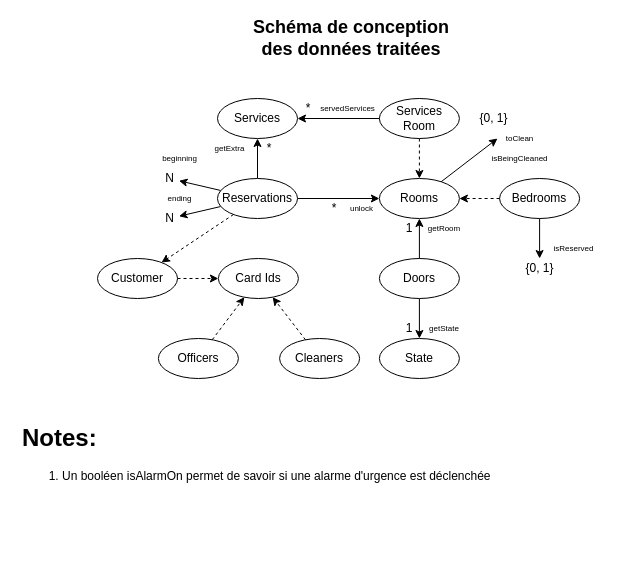
Earlier version of the draw.io diagram doc/conception/data.drawio (Reynault/MOSOS-Subject-3). Source tidied: cells renumbered, new cells numbered last; positions are measured from the earlier drawing's top-left corner, leaving out a move shared by most shapes. Both pictures are drawn from the tidied source at 100%, with x=0, y=0 at pixel (17, 28).
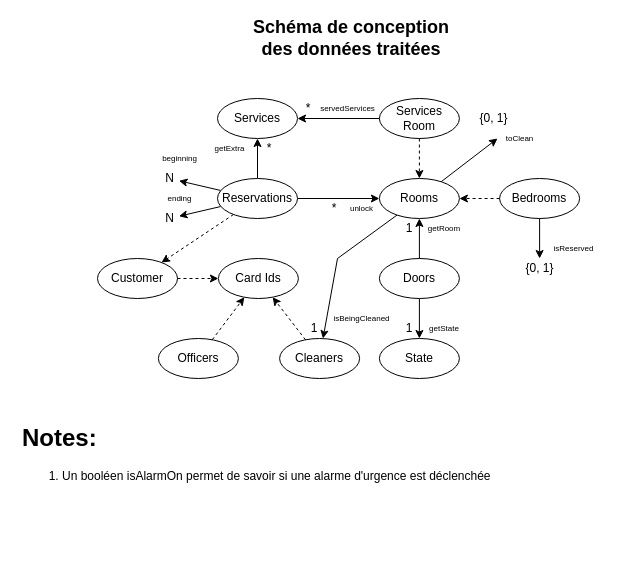
The same diagram, later.

Unchanged cells that the change refers to:
```xml
<mxCell id="6" value="Cleaners" style="ellipse;whiteSpace=wrap;html=1;" parent="1" vertex="1">
  <mxGeometry x="262.1" y="310" width="80" height="40" as="geometry" />
</mxCell>
<mxCell id="9" value="&lt;span style=&quot;text-align: left&quot;&gt;Rooms&lt;/span&gt;" style="ellipse;whiteSpace=wrap;html=1;" parent="1" vertex="1">
  <mxGeometry x="361.9" y="150" width="80" height="40" as="geometry" />
</mxCell>
```

The edit, as a diff of the source:
```diff
@@
     <mxCell id="47" value="isBeingCleaned" style="text;html=1;align=center;verticalAlign=middle;fontSize=8;" parent="1" vertex="1">
-      <mxGeometry x="467.1" y="120" width="70" height="20" as="geometry" />
+      <mxGeometry x="309.4" y="280" width="70" height="20" as="geometry" />
     </mxCell>
@@
+    <mxCell id="50" style="rounded=0;jettySize=auto;html=1;" parent="1" edge="1" source="9" target="6">
+      <mxGeometry relative="1" as="geometry">
+        <Array as="points">
+          <mxPoint x="320" y="230" />
+        </Array>
+      </mxGeometry>
+    </mxCell>
+    <mxCell id="51" value="1" style="text;html=1;strokeColor=none;fillColor=none;align=center;verticalAlign=middle;whiteSpace=wrap;rounded=0;" parent="1" vertex="1">
+      <mxGeometry x="287" y="290" width="20" height="20" as="geometry" />
+    </mxCell>
```
